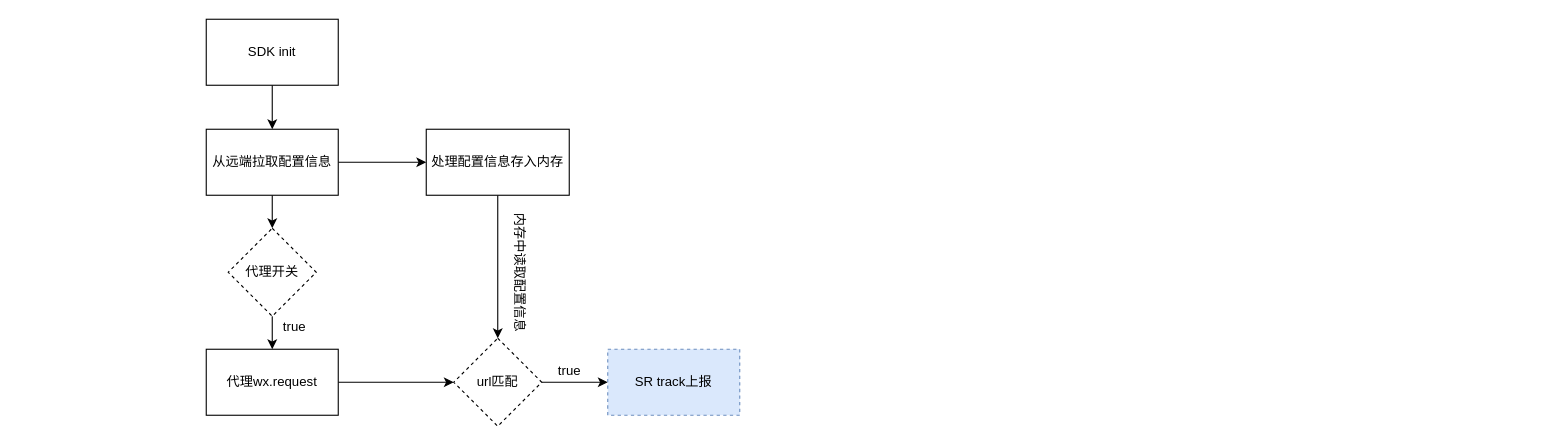
Before: cyou/自动采集行为架构图.drawio in EdenStrive/Internship, a draw.io diagram. Source tidied: cells renumbered, new cells numbered last; positions are measured from the earlier drawing's top-left corner, leaving out a move shared by most shapes. Both pictures are drawn from the tidied source at 110%, with x=0, y=0 at pixel (206, 19).
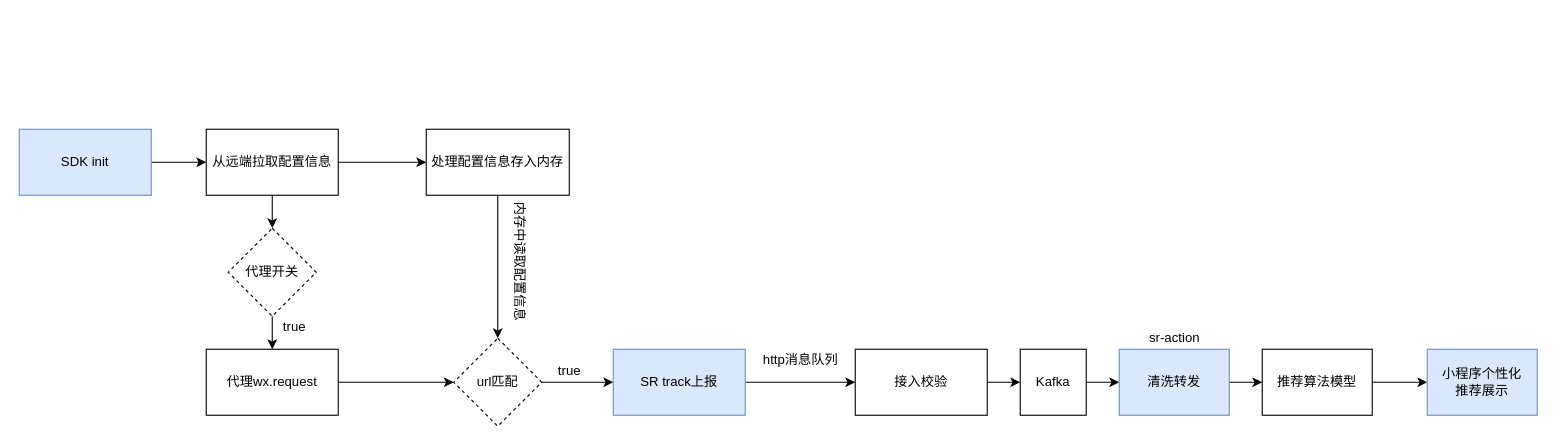
The same diagram, later.

Commit message:
搜索自动采集行为整体架构图.drawio

Diff of the diagram source:
```diff
@@
-    <mxCell id="3" value="SDK init" style="rounded=0;whiteSpace=wrap;html=1;" parent="1" vertex="1">
-      <mxGeometry width="120" height="60" as="geometry" />
+    <mxCell id="3" value="SDK init" style="rounded=0;whiteSpace=wrap;html=1;fillColor=#dae8fc;strokeColor=#6c8ebf;" parent="1" vertex="1">
+      <mxGeometry x="-170" y="100" width="120" height="60" as="geometry" />
     </mxCell>
@@
+    <mxCell id="19" style="edgeStyle=orthogonalEdgeStyle;rounded=0;jettySize=auto;html=1;" parent="1" edge="1" source="16" target="21">
+      <mxGeometry relative="1" as="geometry" />
+    </mxCell>
-    <mxCell id="16" value="SR track上报" style="whiteSpace=wrap;html=1;rounded=0;dashed=1;fillColor=#dae8fc;strokeColor=#6c8ebf;" parent="1" vertex="1">
-      <mxGeometry x="365" y="300" width="120" height="60" as="geometry" />
+    <mxCell id="16" value="SR track上报" style="whiteSpace=wrap;html=1;rounded=0;fillColor=#dae8fc;strokeColor=#6c8ebf;" parent="1" vertex="1">
+      <mxGeometry x="370" y="300" width="120" height="60" as="geometry" />
     </mxCell>
@@
     <mxCell id="18" value="内存中读取配置信息" style="text;html=1;align=center;verticalAlign=middle;strokeColor=none;fillColor=none;rotation=90;" parent="1" vertex="1">
-      <mxGeometry x="225" y="220" width="120" height="20" as="geometry" />
+      <mxGeometry x="225" y="210" width="120" height="20" as="geometry" />
     </mxCell>
+    <mxCell id="20" style="edgeStyle=orthogonalEdgeStyle;rounded=0;jettySize=auto;html=1;" parent="1" edge="1" source="21" target="23">
+      <mxGeometry relative="1" as="geometry" />
+    </mxCell>
+    <mxCell id="21" value="接入校验" style="whiteSpace=wrap;html=1;rounded=0;" parent="1" vertex="1">
+      <mxGeometry x="590" y="300" width="120" height="60" as="geometry" />
+    </mxCell>
+    <mxCell id="22" style="edgeStyle=orthogonalEdgeStyle;rounded=0;jettySize=auto;html=1;" parent="1" edge="1" source="23" target="26">
+      <mxGeometry relative="1" as="geometry" />
+    </mxCell>
+    <mxCell id="23" value="Kafka" style="whiteSpace=wrap;html=1;rounded=0;" parent="1" vertex="1">
+      <mxGeometry x="740" y="300" width="60" height="60" as="geometry" />
+    </mxCell>
+    <mxCell id="24" value="http消息队列&lt;br&gt;" style="text;html=1;align=center;verticalAlign=middle;strokeColor=none;fillColor=none;" parent="1" vertex="1">
+      <mxGeometry x="500" y="300" width="80" height="20" as="geometry" />
+    </mxCell>
+    <mxCell id="25" style="edgeStyle=orthogonalEdgeStyle;rounded=0;jettySize=auto;html=1;" parent="1" edge="1" source="26" target="29">
+      <mxGeometry relative="1" as="geometry" />
+    </mxCell>
+    <mxCell id="26" value="清洗转发" style="whiteSpace=wrap;html=1;rounded=0;fillColor=#dae8fc;strokeColor=#6c8ebf;" parent="1" vertex="1">
+      <mxGeometry x="830" y="300" width="100" height="60" as="geometry" />
+    </mxCell>
+    <mxCell id="27" value="sr-action" style="text;html=1;align=center;verticalAlign=middle;strokeColor=none;fillColor=none;" parent="1" vertex="1">
+      <mxGeometry x="850" y="280" width="60" height="20" as="geometry" />
+    </mxCell>
+    <mxCell id="28" style="edgeStyle=orthogonalEdgeStyle;rounded=0;jettySize=auto;html=1;" parent="1" edge="1" source="29" target="30">
+      <mxGeometry relative="1" as="geometry" />
+    </mxCell>
+    <mxCell id="29" value="推荐算法模型" style="whiteSpace=wrap;html=1;rounded=0;" parent="1" vertex="1">
+      <mxGeometry x="960" y="300" width="100" height="60" as="geometry" />
+    </mxCell>
+    <mxCell id="30" value="小程序个性化&lt;br&gt;推荐展示" style="whiteSpace=wrap;html=1;rounded=0;fillColor=#dae8fc;strokeColor=#6c8ebf;" parent="1" vertex="1">
+      <mxGeometry x="1110" y="300" width="100" height="60" as="geometry" />
+    </mxCell>
```
